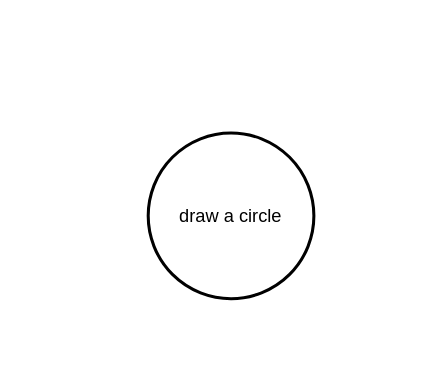
The draw.io diagram Josephus Circle Killings (algorithm).drawio in NotDiego7/DSA, before the edit. Source tidied: cells renumbered, new cells numbered last; positions are measured from the earlier drawing's top-left corner, leaving out a move shared by most shapes. Both pictures are drawn from the tidied source at 152%, with x=0, y=0 at pixel (147, 132).
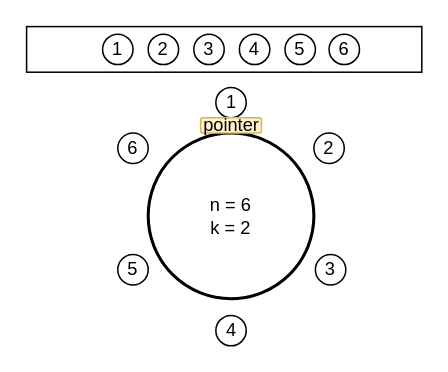
Above is the later version.

Diff of the diagram source:
```diff
@@
 <mxGraphModel>
   <root>
     <mxCell id="0" />
     <mxCell id="1" parent="0" />
-    <mxCell id="2" value="draw a circle" style="ellipse;strokeWidth=2;whiteSpace=wrap;" parent="1" vertex="1">
+    <mxCell id="2" value="n = 6&#10;k = 2" style="ellipse;strokeWidth=2;whiteSpace=wrap;" parent="1" vertex="1">
       <mxGeometry width="109" height="109" as="geometry" />
     </mxCell>
+    <mxCell id="3" value="1" style="ellipse;whiteSpace=wrap;html=1;" parent="1" vertex="1">
+      <mxGeometry x="44.5" y="-30" width="20" height="20" as="geometry" />
+    </mxCell>
+    <mxCell id="4" value="2" style="ellipse;whiteSpace=wrap;html=1;" parent="1" vertex="1">
+      <mxGeometry x="109" width="20" height="20" as="geometry" />
+    </mxCell>
+    <mxCell id="5" value="6" style="ellipse;whiteSpace=wrap;html=1;" parent="1" vertex="1">
+      <mxGeometry x="-20" width="20" height="20" as="geometry" />
+    </mxCell>
+    <mxCell id="6" value="3" style="ellipse;whiteSpace=wrap;html=1;" parent="1" vertex="1">
+      <mxGeometry x="110" y="80" width="20" height="20" as="geometry" />
+    </mxCell>
+    <mxCell id="7" value="5" style="ellipse;whiteSpace=wrap;html=1;" parent="1" vertex="1">
+      <mxGeometry x="-20" y="80" width="20" height="20" as="geometry" />
+    </mxCell>
+    <mxCell id="8" value="4" style="ellipse;whiteSpace=wrap;html=1;" parent="1" vertex="1">
+      <mxGeometry x="44.5" y="120" width="20" height="20" as="geometry" />
+    </mxCell>
+    <mxCell id="9" style="rounded=0;whiteSpace=wrap;html=1;" parent="1" vertex="1">
+      <mxGeometry x="-80" y="-70" width="260" height="30" as="geometry" />
+    </mxCell>
+    <mxCell id="10" value="1" style="ellipse;whiteSpace=wrap;html=1;" parent="1" vertex="1">
+      <mxGeometry x="-30" y="-65" width="20" height="20" as="geometry" />
+    </mxCell>
+    <mxCell id="11" value="4" style="ellipse;whiteSpace=wrap;html=1;" parent="1" vertex="1">
+      <mxGeometry x="60" y="-65" width="20" height="20" as="geometry" />
+    </mxCell>
+    <mxCell id="12" value="5" style="ellipse;whiteSpace=wrap;html=1;" parent="1" vertex="1">
+      <mxGeometry x="90" y="-65" width="20" height="20" as="geometry" />
+    </mxCell>
+    <mxCell id="13" value="6" style="ellipse;whiteSpace=wrap;html=1;" parent="1" vertex="1">
+      <mxGeometry x="119" y="-65" width="20" height="20" as="geometry" />
+    </mxCell>
+    <mxCell id="14" value="2" style="ellipse;whiteSpace=wrap;html=1;" parent="1" vertex="1">
+      <mxGeometry y="-65" width="20" height="20" as="geometry" />
+    </mxCell>
+    <mxCell id="15" value="3" style="ellipse;whiteSpace=wrap;html=1;" parent="1" vertex="1">
+      <mxGeometry x="30" y="-65" width="20" height="20" as="geometry" />
+    </mxCell>
+    <mxCell id="16" value="pointer" style="rounded=1;whiteSpace=wrap;html=1;fillColor=#fff2cc;strokeColor=#d6b656;" parent="1" vertex="1">
+      <mxGeometry x="34.5" y="-10" width="40" height="10" as="geometry" />
+    </mxCell>
   </root>
 </mxGraphModel>
```
